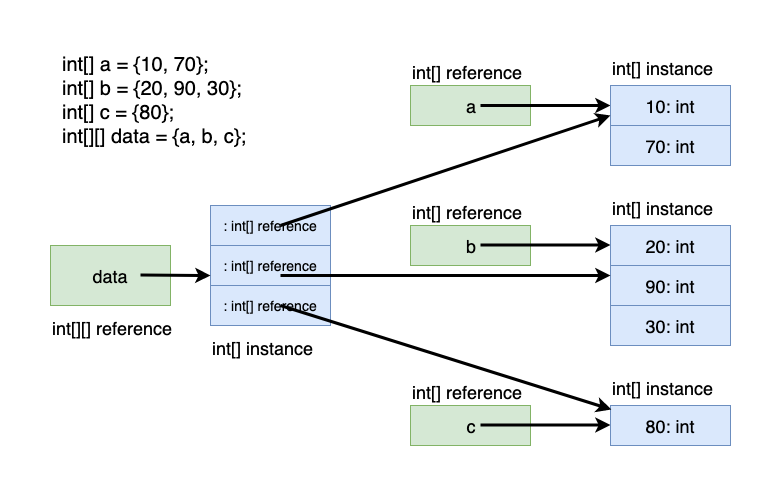
Earlier version of the draw.io export assets/images/2darray.png (SoftwareTechnologyMQ/SoftwareTechnologyMQ.github.io). Source tidied: cells renumbered, new cells last; positions are measured from the earlier drawing's top-left corner, leaving out a move shared by most shapes.
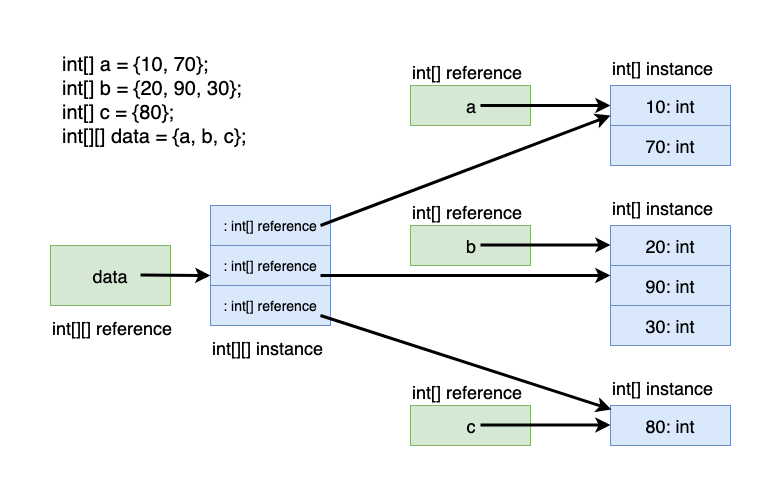
After the change.

What changed in the source:
```diff
@@ -59,19 +59,19 @@
     <mxCell id="17" value=":&amp;nbsp;&lt;span style=&quot;white-space: normal ; font-size: 14px&quot;&gt;int[] reference&lt;/span&gt;" style="rounded=0;whiteSpace=wrap;html=1;fontSize=14;fillColor=#dae8fc;strokeColor=#6c8ebf;" parent="1" vertex="1">
       <mxGeometry x="160" y="235" width="120" height="40" as="geometry" />
     </mxCell>
-    <mxCell id="18" style="endArrow=classic;html=1;exitX=0.583;exitY=0.5;exitDx=0;exitDy=0;exitPerimeter=0;strokeWidth=3;fontSize=18;" parent="1" edge="1" source="15">
+    <mxCell id="18" style="endArrow=classic;html=1;exitX=0.917;exitY=0.5;exitDx=0;exitDy=0;exitPerimeter=0;strokeWidth=3;fontSize=18;" parent="1" edge="1" source="15">
       <mxGeometry relative="1" as="geometry">
         <mxPoint x="560" y="65" as="targetPoint" />
       </mxGeometry>
     </mxCell>
     <mxCell id="19" style="endArrow=classic;html=1;entryX=0;entryY=0.25;entryDx=0;entryDy=0;strokeWidth=3;fontSize=18;" parent="1" edge="1" target="11">
       <mxGeometry relative="1" as="geometry">
-        <mxPoint x="230" y="225" as="sourcePoint" />
+        <mxPoint x="270" y="225" as="sourcePoint" />
       </mxGeometry>
     </mxCell>
-    <mxCell id="20" style="endArrow=classic;html=1;exitX=0.583;exitY=0.5;exitDx=0;exitDy=0;exitPerimeter=0;entryX=0.008;entryY=0.1;entryDx=0;entryDy=0;entryPerimeter=0;strokeWidth=3;fontSize=18;" parent="1" edge="1" target="13">
+    <mxCell id="20" style="endArrow=classic;html=1;entryX=0.008;entryY=0.1;entryDx=0;entryDy=0;entryPerimeter=0;strokeWidth=3;fontSize=18;" parent="1" edge="1" target="13">
       <mxGeometry relative="1" as="geometry">
-        <mxPoint x="230" y="255" as="sourcePoint" />
+        <mxPoint x="270" y="265" as="sourcePoint" />
       </mxGeometry>
     </mxCell>
     <mxCell id="21" style="endArrow=classic;html=1;strokeWidth=3;fontSize=18;" parent="1" edge="1">
@@ -83,8 +83,8 @@
     <mxCell id="22" value="int[][] reference&lt;br&gt;" style="text;html=1;align=left;verticalAlign=top;spacingTop=-4;fontSize=18;" parent="1" vertex="1">
       <mxGeometry y="265" width="140" height="20" as="geometry" />
     </mxCell>
-    <mxCell id="23" value="int[] instance" style="text;html=1;align=left;verticalAlign=top;spacingTop=-4;fontSize=18;" parent="1" vertex="1">
-      <mxGeometry x="160" y="285" width="120" height="20" as="geometry" />
+    <mxCell id="23" value="int[][] instance" style="text;html=1;align=left;verticalAlign=top;spacingTop=-4;fontSize=18;" parent="1" vertex="1">
+      <mxGeometry x="160" y="285" width="130" height="20" as="geometry" />
     </mxCell>
     <mxCell id="24" value="int[] reference" style="text;html=1;fontSize=18;" parent="1" vertex="1">
       <mxGeometry x="360" y="145" width="140" height="40" as="geometry" />
```
